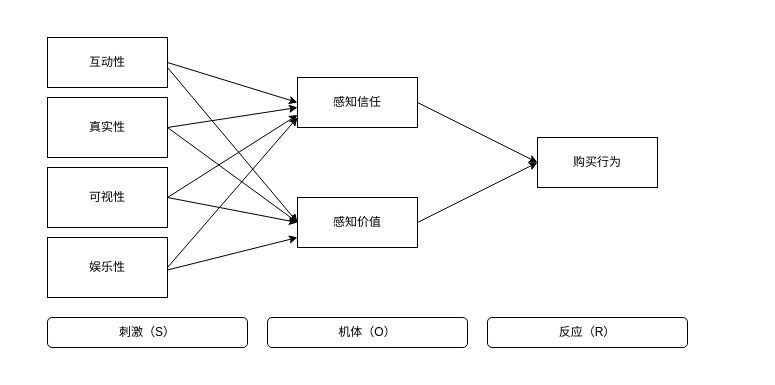
Before: Untitled Diagram.drawio in pluto133/-, a draw.io diagram. Source tidied: cells renumbered, new cells numbered last; positions are measured from the earlier drawing's top-left corner, leaving out a move shared by most shapes. Both pictures are drawn from the tidied source at 100%, with x=0, y=0 at pixel (47, 37).
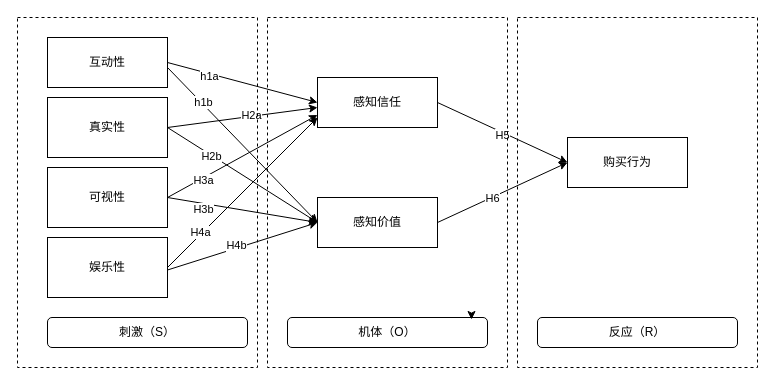
After the change.

Unchanged cells that the change refers to:
```xml
<mxCell id="3" value="娱乐性" style="rounded=0;whiteSpace=wrap;html=1;" parent="1" vertex="1">
  <mxGeometry y="200" width="120" height="60" as="geometry" />
</mxCell>
<mxCell id="12" style="endArrow=classic;html=1;rounded=0;exitX=1;exitY=0.5;exitDx=0;exitDy=0;entryX=0;entryY=0.5;entryDx=0;entryDy=0;" parent="1" edge="1" source="2" target="9">
  <mxGeometry relative="1" as="geometry" />
</mxCell>
<mxCell id="14" style="endArrow=classic;html=1;rounded=0;exitX=1;exitY=0.5;exitDx=0;exitDy=0;entryX=0;entryY=0.5;entryDx=0;entryDy=0;" parent="1" edge="1" target="10">
  <mxGeometry relative="1" as="geometry">
    <mxPoint x="120" y="30" as="sourcePoint" />
  </mxGeometry>
</mxCell>
<mxCell id="15" style="endArrow=classic;html=1;rounded=0;exitX=1;exitY=0.5;exitDx=0;exitDy=0;entryX=0;entryY=0.5;entryDx=0;entryDy=0;" parent="1" edge="1" source="5" target="10">
  <mxGeometry relative="1" as="geometry" />
</mxCell>
<mxCell id="16" style="endArrow=classic;html=1;rounded=0;exitX=1;exitY=0.5;exitDx=0;exitDy=0;entryX=0;entryY=0.5;entryDx=0;entryDy=0;" parent="1" edge="1" source="9" target="11">
  <mxGeometry relative="1" as="geometry" />
</mxCell>
<mxCell id="17" style="endArrow=classic;html=1;rounded=0;exitX=1;exitY=0.5;exitDx=0;exitDy=0;entryX=0;entryY=0.5;entryDx=0;entryDy=0;" parent="1" edge="1" source="10" target="11">
  <mxGeometry relative="1" as="geometry" />
</mxCell>
<mxCell id="18" style="endArrow=classic;html=1;rounded=0;exitX=1;exitY=0.5;exitDx=0;exitDy=0;entryX=0;entryY=0.5;entryDx=0;entryDy=0;" parent="1" edge="1" source="4" target="10">
  <mxGeometry relative="1" as="geometry" />
</mxCell>
<mxCell id="19" style="endArrow=classic;html=1;rounded=0;entryX=0;entryY=0.75;entryDx=0;entryDy=0;" parent="1" edge="1" target="9">
  <mxGeometry relative="1" as="geometry">
    <mxPoint x="120" y="160" as="sourcePoint" />
  </mxGeometry>
</mxCell>
```

Diff of the diagram source:
```diff
@@
     <mxCell id="7" value="反应（R）" style="rounded=1;whiteSpace=wrap;html=1;" parent="1" vertex="1">
-      <mxGeometry x="440" y="280" width="200" height="30" as="geometry" />
+      <mxGeometry x="490" y="280" width="200" height="30" as="geometry" />
     </mxCell>
     <mxCell id="8" value="机体（O）" style="rounded=1;whiteSpace=wrap;html=1;" parent="1" vertex="1">
-      <mxGeometry x="220" y="280" width="200" height="30" as="geometry" />
+      <mxGeometry x="240" y="280" width="200" height="30" as="geometry" />
     </mxCell>
     <mxCell id="9" value="感知信任" style="rounded=0;whiteSpace=wrap;html=1;" parent="1" vertex="1">
-      <mxGeometry x="250" y="40" width="120" height="50" as="geometry" />
+      <mxGeometry x="270" y="40" width="120" height="50" as="geometry" />
     </mxCell>
     <mxCell id="10" value="感知价值" style="rounded=0;whiteSpace=wrap;html=1;" parent="1" vertex="1">
-      <mxGeometry x="250" y="160" width="120" height="50" as="geometry" />
+      <mxGeometry x="270" y="160" width="120" height="50" as="geometry" />
     </mxCell>
     <mxCell id="11" value="购买行为" style="rounded=0;whiteSpace=wrap;html=1;" parent="1" vertex="1">
-      <mxGeometry x="490" y="100" width="120" height="50" as="geometry" />
+      <mxGeometry x="520" y="100" width="120" height="50" as="geometry" />
     </mxCell>
@@
+    <mxCell id="22" value="h1a" style="edgeLabel;html=1;align=center;verticalAlign=middle;" parent="12" vertex="1">
+      <mxGeometry x="-0.45" y="-2" relative="1" as="geometry" />
+    </mxCell>
     <mxCell id="13" style="endArrow=classic;html=1;rounded=0;" parent="1" edge="1">
       <mxGeometry relative="1" as="geometry">
         <mxPoint x="120" y="90" as="sourcePoint" />
-        <mxPoint x="250" y="70" as="targetPoint" />
+        <mxPoint x="270" y="70" as="targetPoint" />
       </mxGeometry>
     </mxCell>
+    <mxCell id="23" value="H2a" style="edgeLabel;html=1;align=center;verticalAlign=middle;" parent="13" vertex="1">
+      <mxGeometry x="0.11" y="1" relative="1" as="geometry" />
+    </mxCell>
@@
+    <mxCell id="24" value="h1b" style="edgeLabel;html=1;align=center;verticalAlign=middle;" parent="14" vertex="1">
+      <mxGeometry x="-0.41" y="2" relative="1" as="geometry">
+        <mxPoint x="-10" y="-10" as="offset" />
+      </mxGeometry>
+    </mxCell>
@@
+    <mxCell id="25" value="H2b" style="edgeLabel;html=1;align=center;verticalAlign=middle;" parent="15" vertex="1">
+      <mxGeometry x="-0.4" relative="1" as="geometry">
+        <mxPoint x="-1" as="offset" />
+      </mxGeometry>
+    </mxCell>
@@
+    <mxCell id="26" value="H5" style="edgeLabel;html=1;align=center;verticalAlign=middle;" parent="16" vertex="1">
+      <mxGeometry x="0.01" y="-3" relative="1" as="geometry" />
+    </mxCell>
@@
+    <mxCell id="27" value="H6" style="edgeLabel;html=1;align=center;verticalAlign=middle;" parent="17" vertex="1">
+      <mxGeometry x="-0.16" y="-1" relative="1" as="geometry" />
+    </mxCell>
@@
+    <mxCell id="28" value="H3b" style="edgeLabel;html=1;align=center;verticalAlign=middle;" parent="18" vertex="1">
+      <mxGeometry x="-0.51" y="-5" relative="1" as="geometry" />
+    </mxCell>
@@
+    <mxCell id="29" value="H3a" style="edgeLabel;html=1;align=center;verticalAlign=middle;" parent="19" vertex="1">
+      <mxGeometry x="-0.54" y="-2" relative="1" as="geometry" />
+    </mxCell>
-    <mxCell id="20" style="endArrow=classic;html=1;rounded=0;exitX=1;exitY=0.5;exitDx=0;exitDy=0;entryX=0;entryY=0.75;entryDx=0;entryDy=0;" parent="1" edge="1">
+    <mxCell id="20" style="endArrow=classic;html=1;rounded=0;exitX=1;exitY=0.5;exitDx=0;exitDy=0;" parent="1" edge="1">
       <mxGeometry relative="1" as="geometry">
         <mxPoint x="120" y="232.5" as="sourcePoint" />
-        <mxPoint x="250" y="200" as="targetPoint" />
+        <mxPoint x="270" y="185" as="targetPoint" />
       </mxGeometry>
     </mxCell>
+    <mxCell id="30" value="H4b" style="edgeLabel;html=1;align=center;verticalAlign=middle;" parent="20" vertex="1">
+      <mxGeometry x="-0.07" y="2" relative="1" as="geometry">
+        <mxPoint y="-1" as="offset" />
+      </mxGeometry>
+    </mxCell>
     <mxCell id="21" style="endArrow=classic;html=1;rounded=0;exitX=1;exitY=0.5;exitDx=0;exitDy=0;" parent="1" edge="1" source="3">
       <mxGeometry relative="1" as="geometry">
-        <mxPoint x="250" y="80" as="targetPoint" />
+        <mxPoint x="270" y="80" as="targetPoint" />
       </mxGeometry>
     </mxCell>
+    <mxCell id="31" value="H4a" style="edgeLabel;html=1;align=center;verticalAlign=middle;" parent="21" vertex="1">
+      <mxGeometry x="-0.55" y="2" relative="1" as="geometry" />
+    </mxCell>
+    <mxCell id="32" style="rounded=0;whiteSpace=wrap;html=1;fillColor=none;dashed=1;" parent="1" vertex="1">
+      <mxGeometry x="-30" y="-20" width="240" height="350" as="geometry" />
+    </mxCell>
+    <mxCell id="33" style="edgeStyle=orthogonalEdgeStyle;rounded=0;orthogonalLoop=1;jettySize=auto;html=1;exitX=0.75;exitY=0;exitDx=0;exitDy=0;entryX=0.92;entryY=0.067;entryDx=0;entryDy=0;entryPerimeter=0;" parent="1" edge="1" source="8" target="8">
+      <mxGeometry relative="1" as="geometry" />
+    </mxCell>
+    <mxCell id="34" style="rounded=0;whiteSpace=wrap;html=1;fillColor=none;dashed=1;" parent="1" vertex="1">
+      <mxGeometry x="220" y="-20" width="240" height="350" as="geometry" />
+    </mxCell>
+    <mxCell id="35" style="rounded=0;whiteSpace=wrap;html=1;fillColor=none;dashed=1;" parent="1" vertex="1">
+      <mxGeometry x="470" y="-20" width="240" height="350" as="geometry" />
+    </mxCell>
```
